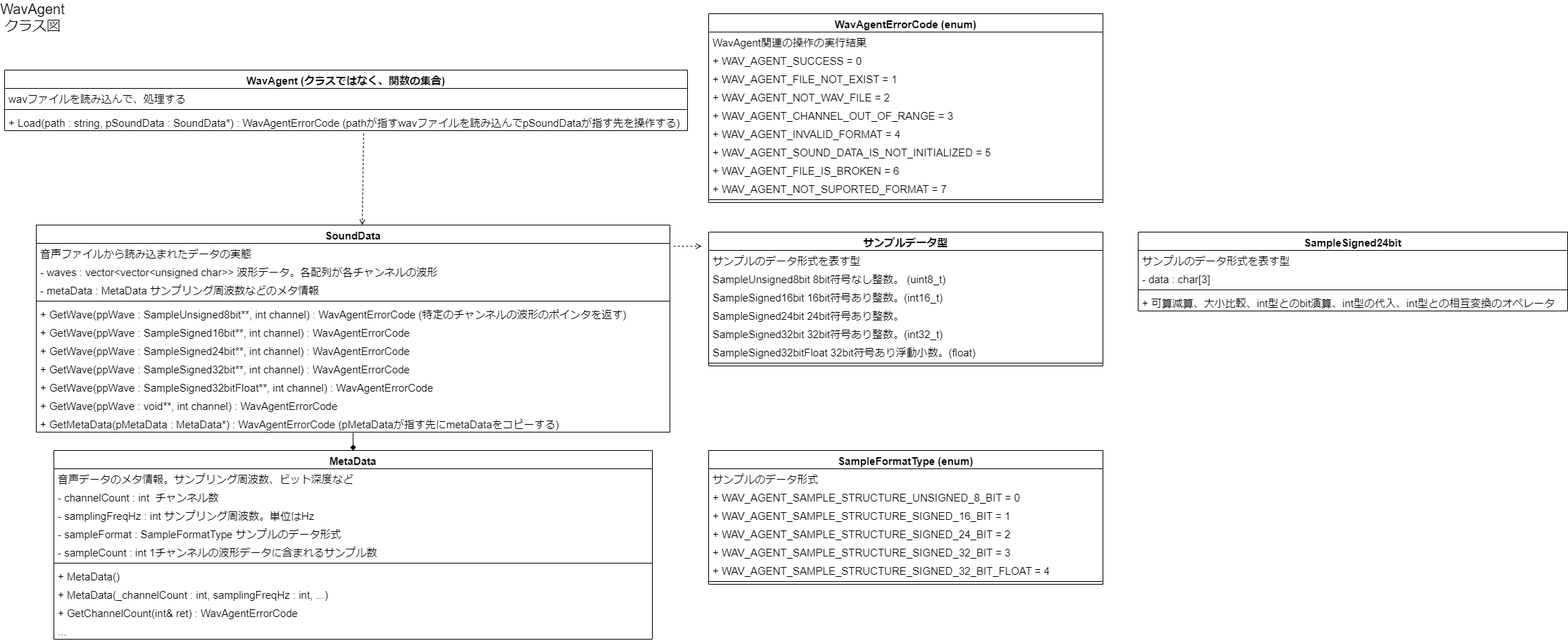
The draw.io diagram design/WavAgentClassDiagram.png in Dumble009/WavAgent, before a commit. Source tidied: cells renumbered, new cells last; positions are measured from the earlier drawing's top-left corner, leaving out a move shared by most shapes.
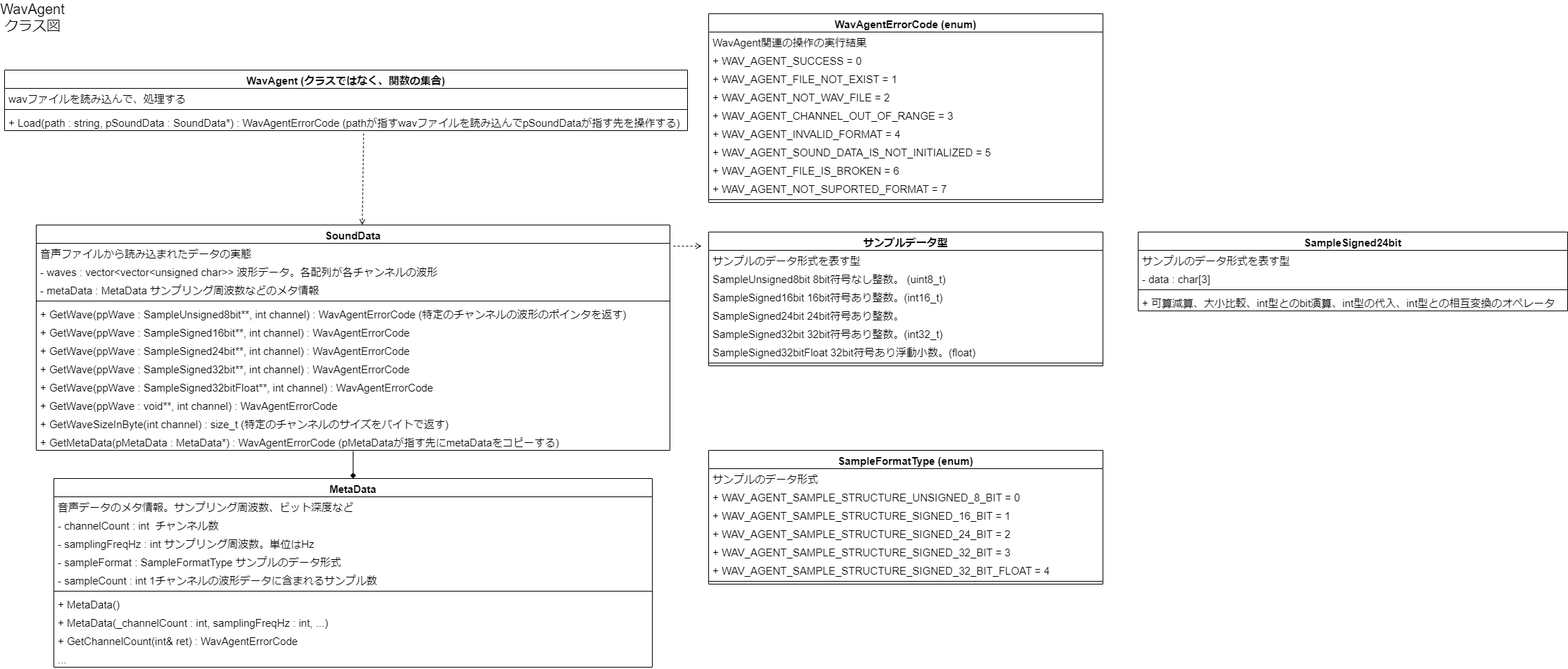
Later version of the same file.

Commit message:
波形データのサイズをバイトで返す関数を設計図のSoundDataに追加

OpenALからの使用を考えた時に、バイト数を取得したい状況がある事が分かったため。

The edit, as a diff of the source:
```diff
@@ -24,7 +24,7 @@
       <mxGeometry y="60" width="970" height="26" as="geometry" />
     </mxCell>
     <mxCell id="8" value="SoundData" style="swimlane;fontStyle=1;align=center;verticalAlign=top;horizontal=1;startSize=26;fontSize=15;" parent="1" vertex="1">
-      <mxGeometry x="45" y="310" width="900" height="294" as="geometry" />
+      <mxGeometry x="45" y="310" width="900" height="320" as="geometry" />
     </mxCell>
     <mxCell id="9" value="音声ファイルから読み込まれたデータの実態" style="text;strokeColor=none;fillColor=none;align=left;verticalAlign=top;spacingLeft=4;spacingRight=4;overflow=hidden;fontSize=15;" parent="8" vertex="1">
       <mxGeometry y="26" width="900" height="26" as="geometry" />
@@ -56,11 +56,14 @@
     <mxCell id="18" value="+ GetWave(ppWave : void**, int channel) : WavAgentErrorCode  " style="text;strokeColor=none;fillColor=none;align=left;verticalAlign=top;spacingLeft=4;spacingRight=4;overflow=hidden;fontSize=15;" parent="8" vertex="1">
       <mxGeometry y="242" width="900" height="26" as="geometry" />
     </mxCell>
+    <mxCell id="65" value="+ GetWaveSizeInByte(int channel) : size_t (特定のチャンネルのサイズをバイトで返す)  " style="text;strokeColor=none;fillColor=none;align=left;verticalAlign=top;spacingLeft=4;spacingRight=4;overflow=hidden;fontSize=15;" parent="8" vertex="1">
+      <mxGeometry y="268" width="900" height="26" as="geometry" />
+    </mxCell>
     <mxCell id="19" value="+ GetMetaData(pMetaData : MetaData*) : WavAgentErrorCode (pMetaDataが指す先にmetaDataをコピーする)" style="text;strokeColor=none;fillColor=none;align=left;verticalAlign=top;spacingLeft=4;spacingRight=4;overflow=hidden;points=[[0,0.5],[1,0.5]];portConstraint=eastwest;fontSize=15;" parent="8" vertex="1">
-      <mxGeometry y="268" width="900" height="26" as="geometry" />
+      <mxGeometry y="294" width="900" height="26" as="geometry" />
     </mxCell>
     <mxCell id="20" value="MetaData" style="swimlane;fontStyle=1;align=center;verticalAlign=top;horizontal=1;startSize=26;fontSize=15;" parent="1" vertex="1">
-      <mxGeometry x="70" y="630" width="850" height="268" as="geometry" />
+      <mxGeometry x="70" y="670" width="850" height="268" as="geometry" />
     </mxCell>
     <mxCell id="21" value="音声データのメタ情報。サンプリング周波数、ビット深度など" style="text;strokeColor=none;fillColor=none;align=left;verticalAlign=top;spacingLeft=4;spacingRight=4;overflow=hidden;fontSize=15;" parent="20" vertex="1">
       <mxGeometry y="26" width="850" height="26" as="geometry" />
```
